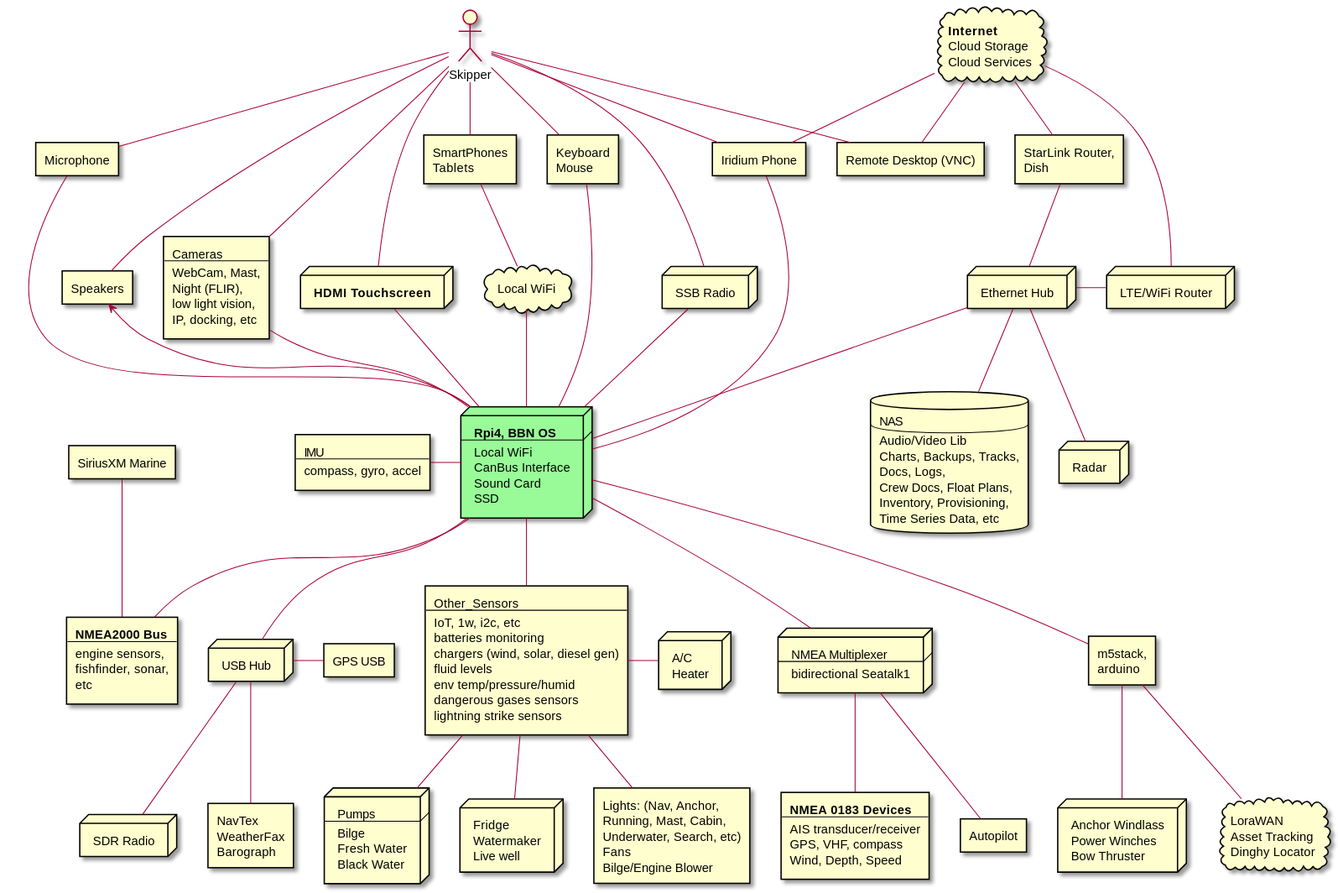
Above: docs/images/system-arch.svg in bareboat-necessities/my-bareboat (PlantUML), before the change.
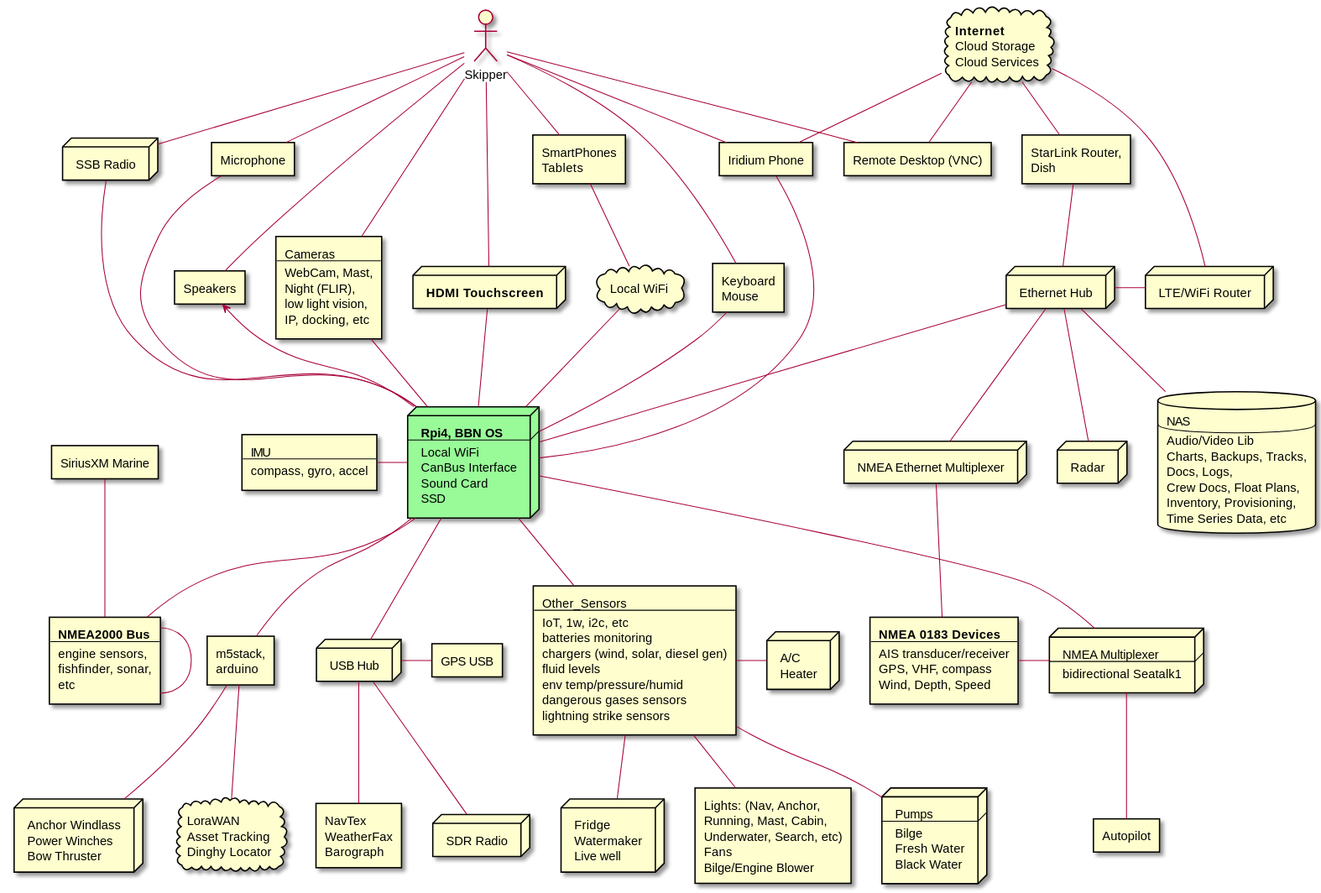
The same diagram one commit later.

What changed in the source:
```diff
@@ -35,6 +35,10 @@
  NMEA Multiplexer
  ----
  bidirectional Seatalk1
+]
+
+node NMEA_Eth_Mux [
+ NMEA Ethernet Multiplexer
 ]
 
 rectangle NMEA_0183 [
@@ -223,10 +227,12 @@
 SmartPhone -- WiFi_Local
 
 SiriusXM -- NMEA_2000
+NMEA_2000 -- NMEA_2000
 
 Eth_Hub -r- Router
 Eth_Hub -- Radar
 Eth_Hub -- NAS
+Eth_Hub -- NMEA_Eth_Mux
 Eth_Hub -u- Dish_Router
 
 USB_Hub -- SDR
@@ -238,7 +244,8 @@
 Other_Sensors -- Lights_Fans
 Other_Sensors -- Pumps
 
-NMEA_Mux -- NMEA_0183
+NMEA_Mux -l- NMEA_0183
+NMEA_Eth_Mux -- NMEA_0183
 NMEA_Mux -- AP
 
 Esp32 -- Lora
```
